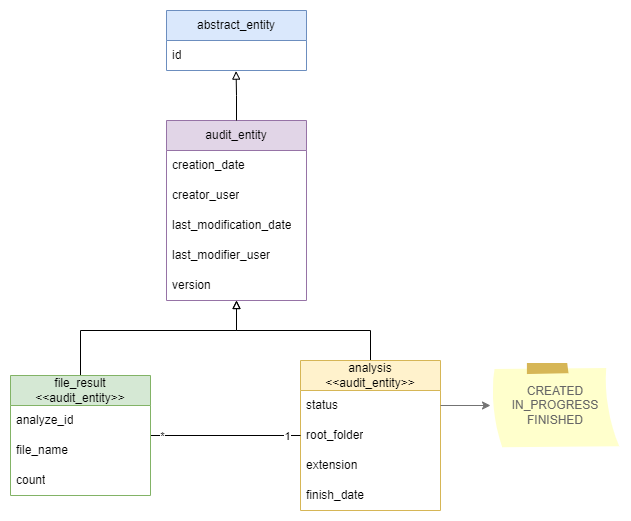
The draw.io diagram docs/img/entity-diagram.drawio.png in DanisovszkyMark/foldsight, before a commit. Source tidied: cells renumbered, new cells last; positions are measured from the earlier drawing's top-left corner, leaving out a move shared by most shapes.
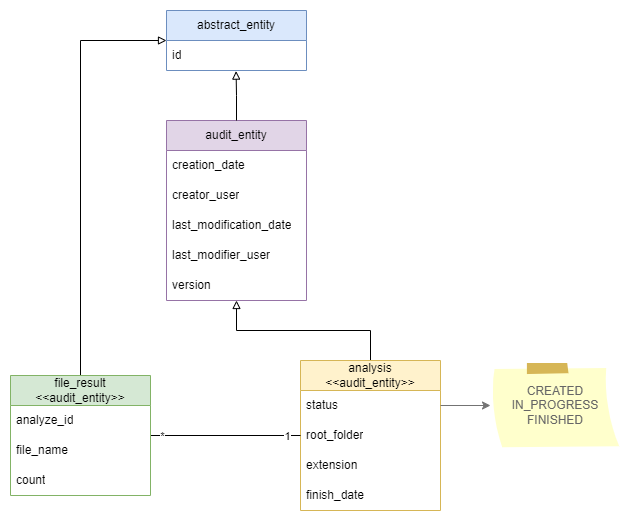
After the change.

Diff of the diagram source:
```diff
@@ -29,11 +29,10 @@
     <mxCell id="10" value="*" style="edgeLabel;html=1;align=center;verticalAlign=middle;" parent="8" vertex="1">
       <mxGeometry x="-0.86" relative="1" as="geometry" />
     </mxCell>
-    <mxCell id="11" style="edgeStyle=orthogonalEdgeStyle;rounded=0;jettySize=auto;html=1;endArrow=block;endFill=0;" parent="1" edge="1" source="12" target="18">
+    <mxCell id="11" style="edgeStyle=orthogonalEdgeStyle;rounded=0;jettySize=auto;html=1;endArrow=block;endFill=0;" parent="1" edge="1" source="12" target="16">
       <mxGeometry relative="1" as="geometry">
         <Array as="points">
-          <mxPoint x="70" y="320" />
-          <mxPoint x="226" y="320" />
+          <mxPoint x="70" y="30" />
         </Array>
       </mxGeometry>
     </mxCell>
```
